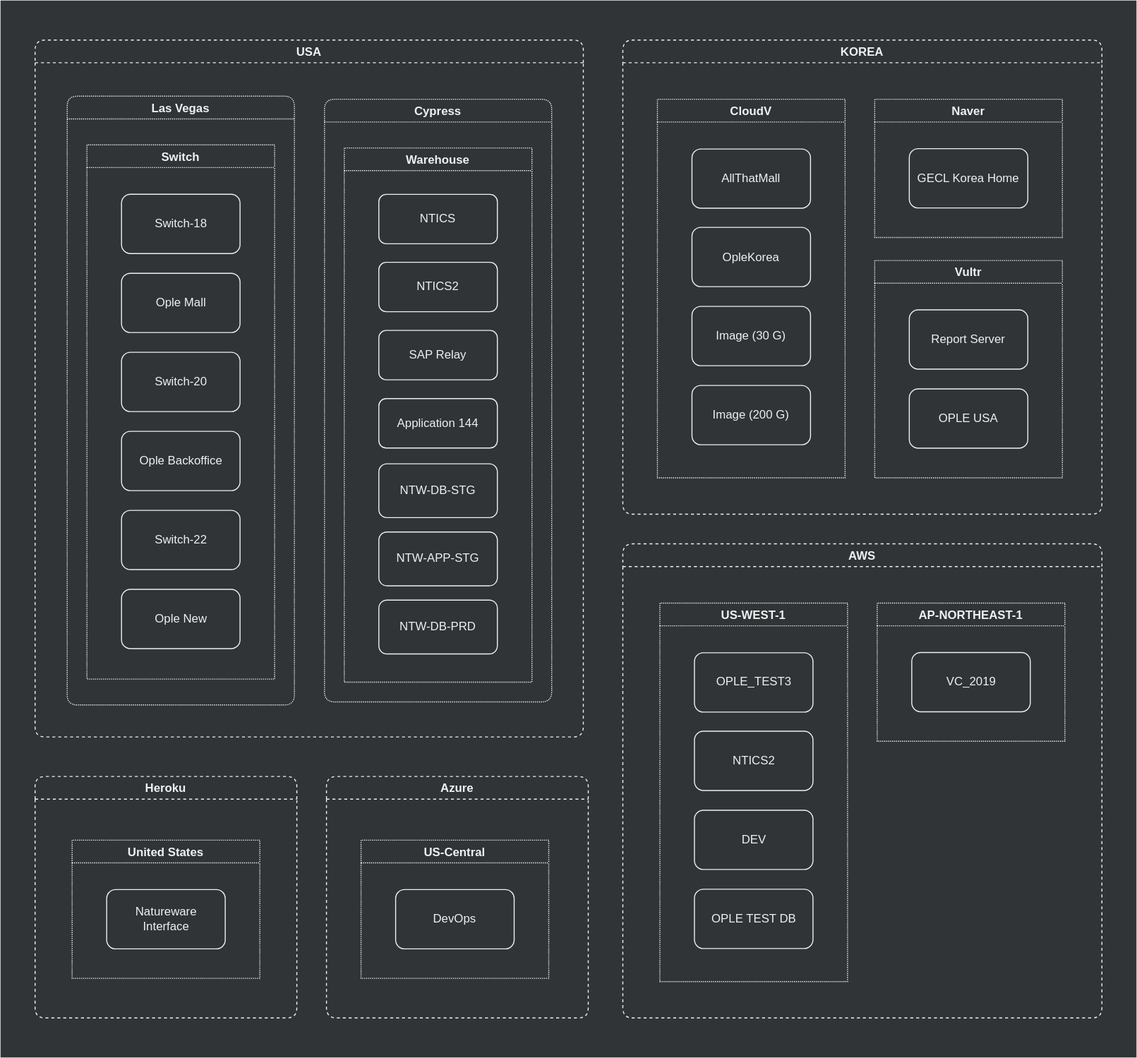
This is assets/.draw.io/references/network-structure-diagram.svg from jiholee-ntwglobal/jiholee-ntwglobal.github.io, a draw.io export, as it was before one commit. Source tidied: cells renumbered, new cells last; positions are measured from the earlier drawing's top-left corner, leaving out a move shared by most shapes.
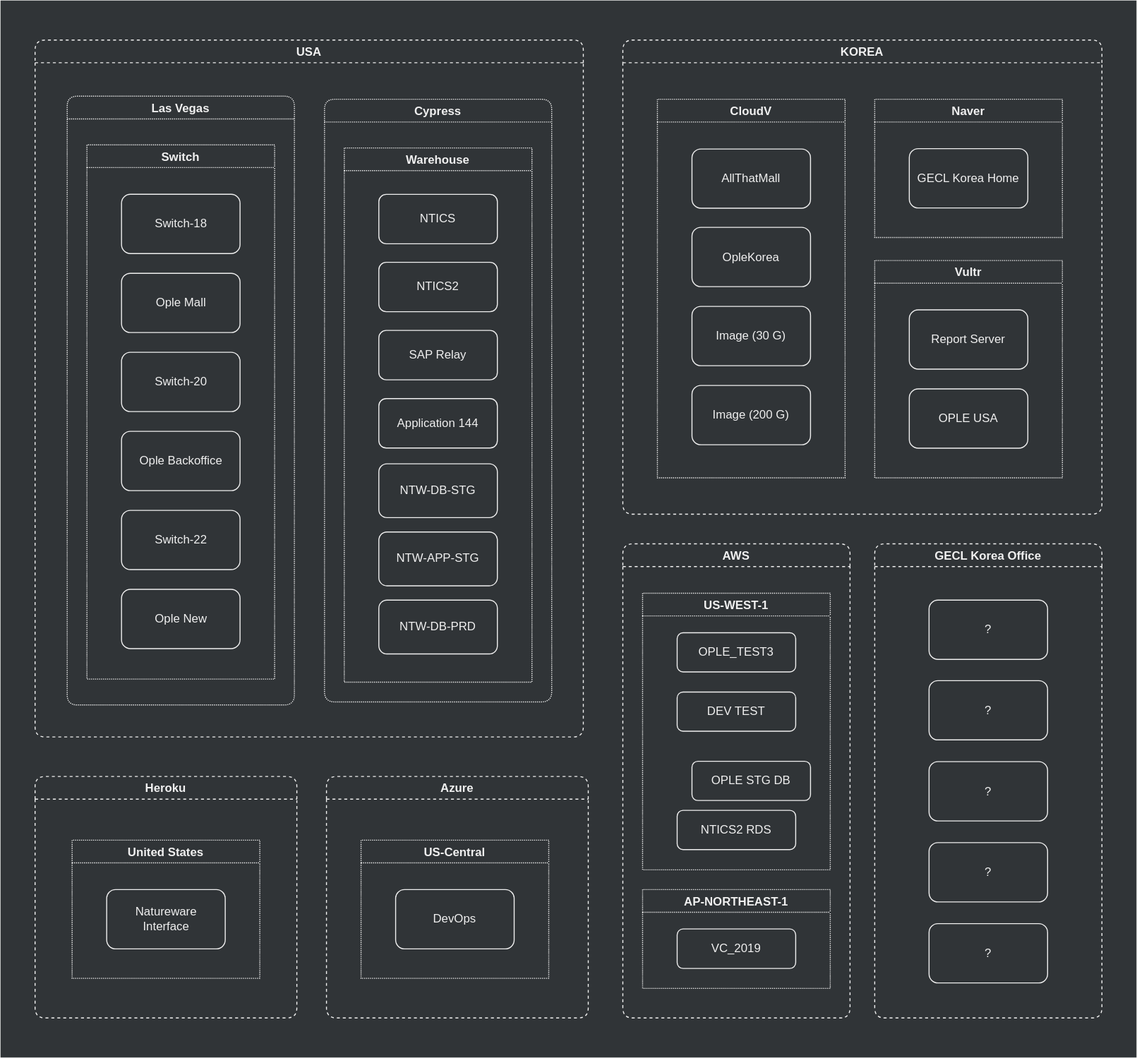
Later version of the same file.

The edit, as a diff of the source:
```diff
@@ -84,28 +84,25 @@
       <mxGeometry x="35" y="130" width="120" height="60" as="geometry" />
     </mxCell>
     <mxCell id="29" value="AWS" style="swimlane;rounded=1;fillColor=none;strokeColor=#F0F0F0;fontColor=#F0F0F0;dashed=1;" parent="1" vertex="1">
-      <mxGeometry x="630" y="550" width="485" height="480" as="geometry" />
+      <mxGeometry x="630" y="550" width="230" height="480" as="geometry" />
     </mxCell>
     <mxCell id="30" value="US-WEST-1" style="swimlane;rounded=0;fillColor=none;strokeColor=#F0F0F0;fontColor=#F0F0F0;dashed=1;dashPattern=1 1;" parent="29" vertex="1">
-      <mxGeometry x="37.5" y="60" width="190" height="383.2" as="geometry" />
+      <mxGeometry x="20" y="50" width="190" height="280" as="geometry" />
     </mxCell>
     <mxCell id="31" value="OPLE_TEST3" style="rounded=1;whiteSpace=wrap;html=1;strokeColor=#F0F0F0;fillColor=none;fontColor=#F0F0F0;" parent="30" vertex="1">
-      <mxGeometry x="35" y="50.3" width="120" height="60" as="geometry" />
+      <mxGeometry x="35" y="40" width="120" height="39.7" as="geometry" />
     </mxCell>
-    <mxCell id="32" value="NTICS2" style="rounded=1;whiteSpace=wrap;html=1;strokeColor=#F0F0F0;fillColor=none;fontColor=#F0F0F0;" parent="30" vertex="1">
-      <mxGeometry x="35" y="129.7" width="120" height="60" as="geometry" />
-    </mxCell>
-    <mxCell id="33" value="DEV" style="rounded=1;whiteSpace=wrap;html=1;strokeColor=#F0F0F0;fillColor=none;fontColor=#F0F0F0;" parent="30" vertex="1">
-      <mxGeometry x="35" y="209.7" width="120" height="60" as="geometry" />
-    </mxCell>
-    <mxCell id="34" value="OPLE TEST DB" style="rounded=1;whiteSpace=wrap;html=1;strokeColor=#F0F0F0;fillColor=none;fontColor=#F0F0F0;" parent="30" vertex="1">
-      <mxGeometry x="35" y="289.7" width="120" height="60" as="geometry" />
-    </mxCell>
+    <mxCell id="46" value="NTICS2 RDS" style="rounded=1;whiteSpace=wrap;html=1;strokeColor=#F0F0F0;fillColor=none;fontColor=#F0F0F0;" parent="30" vertex="1">
+      <mxGeometry x="35" y="219.8" width="120" height="39.7" as="geometry" />
+    </mxCell>
+    <mxCell id="47" value="DEV TEST" style="rounded=1;whiteSpace=wrap;html=1;strokeColor=#F0F0F0;fillColor=none;fontColor=#F0F0F0;" parent="30" vertex="1">
+      <mxGeometry x="35" y="100" width="120" height="39.7" as="geometry" />
+    </mxCell>
     <mxCell id="35" value="AP-NORTHEAST-1" style="swimlane;rounded=0;fillColor=none;strokeColor=#F0F0F0;fontColor=#F0F0F0;dashed=1;dashPattern=1 1;" parent="29" vertex="1">
-      <mxGeometry x="257.5" y="60" width="190" height="139.9" as="geometry" />
+      <mxGeometry x="20" y="350" width="190" height="100" as="geometry" />
     </mxCell>
     <mxCell id="36" value="VC_2019" style="rounded=1;whiteSpace=wrap;html=1;strokeColor=#F0F0F0;fillColor=none;fontColor=#F0F0F0;" parent="35" vertex="1">
-      <mxGeometry x="35" y="50" width="120" height="60" as="geometry" />
+      <mxGeometry x="35" y="39.9" width="120" height="40" as="geometry" />
     </mxCell>
     <mxCell id="37" value="Heroku" style="swimlane;rounded=1;fillColor=none;strokeColor=#F0F0F0;fontColor=#F0F0F0;dashed=1;" parent="1" vertex="1">
       <mxGeometry x="35" y="785.5" width="265" height="244.5" as="geometry" />
@@ -134,5 +131,26 @@
     <mxCell id="45" value="NTW-DB-PRD" style="rounded=1;whiteSpace=wrap;html=1;strokeColor=#F0F0F0;fillColor=none;fontColor=#F0F0F0;" parent="1" vertex="1">
       <mxGeometry x="383" y="607" width="120" height="54.5" as="geometry" />
     </mxCell>
+    <mxCell id="48" value="OPLE STG DB" style="rounded=1;whiteSpace=wrap;html=1;strokeColor=#F0F0F0;fillColor=none;fontColor=#F0F0F0;" parent="1" vertex="1">
+      <mxGeometry x="700" y="770.1" width="120" height="39.7" as="geometry" />
+    </mxCell>
+    <mxCell id="49" value="GECL Korea Office" style="swimlane;rounded=1;fillColor=none;strokeColor=#F0F0F0;fontColor=#F0F0F0;dashed=1;" parent="1" vertex="1">
+      <mxGeometry x="885" y="550" width="230" height="480" as="geometry" />
+    </mxCell>
+    <mxCell id="50" value="?" style="rounded=1;whiteSpace=wrap;html=1;strokeColor=#F0F0F0;fillColor=none;fontColor=#F0F0F0;" parent="1" vertex="1">
+      <mxGeometry x="940" y="607" width="120" height="60" as="geometry" />
+    </mxCell>
+    <mxCell id="51" value="?" style="rounded=1;whiteSpace=wrap;html=1;strokeColor=#F0F0F0;fillColor=none;fontColor=#F0F0F0;" parent="1" vertex="1">
+      <mxGeometry x="940" y="688.5" width="120" height="60" as="geometry" />
+    </mxCell>
+    <mxCell id="52" value="?" style="rounded=1;whiteSpace=wrap;html=1;strokeColor=#F0F0F0;fillColor=none;fontColor=#F0F0F0;" parent="1" vertex="1">
+      <mxGeometry x="940" y="770.5" width="120" height="60" as="geometry" />
+    </mxCell>
+    <mxCell id="53" value="?" style="rounded=1;whiteSpace=wrap;html=1;strokeColor=#F0F0F0;fillColor=none;fontColor=#F0F0F0;" parent="1" vertex="1">
+      <mxGeometry x="940" y="852.5" width="120" height="60" as="geometry" />
+    </mxCell>
+    <mxCell id="54" value="?" style="rounded=1;whiteSpace=wrap;html=1;strokeColor=#F0F0F0;fillColor=none;fontColor=#F0F0F0;" parent="1" vertex="1">
+      <mxGeometry x="940" y="934.5" width="120" height="60" as="geometry" />
+    </mxCell>
   </root>
 </mxGraphModel>
```
